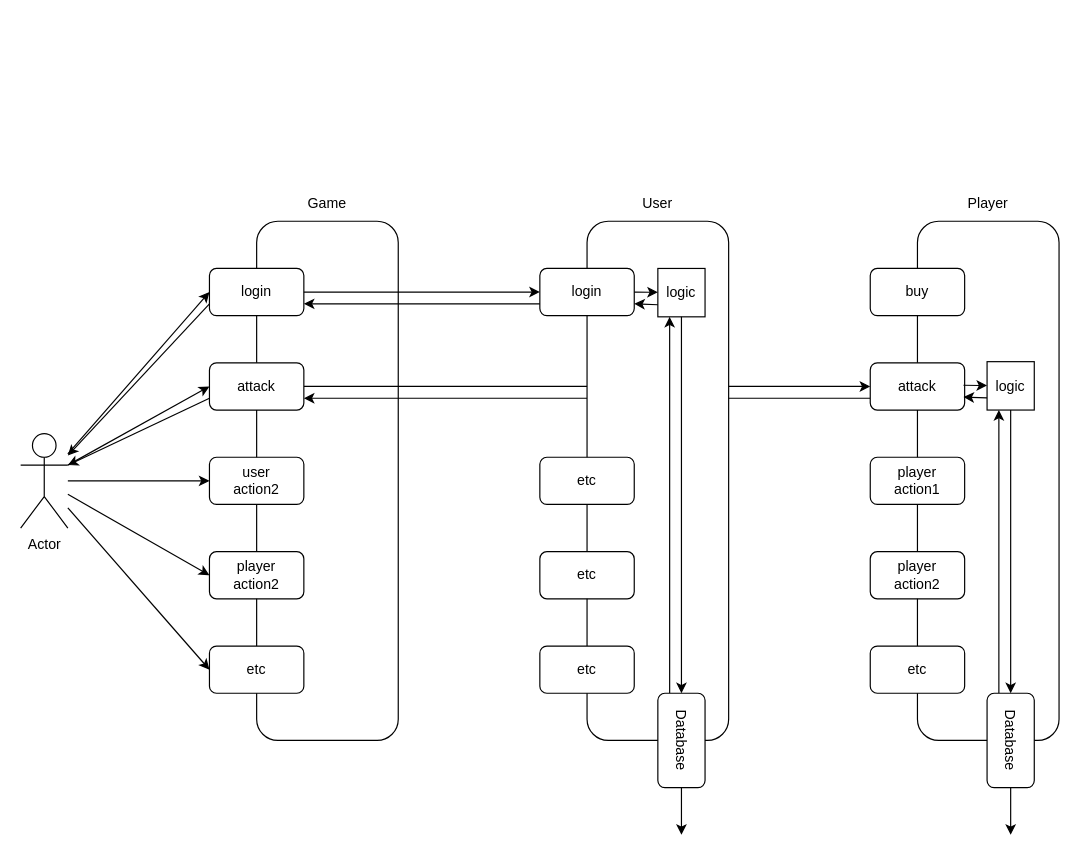
EnzoDiazDev/diagram keeps this draw.io diagram as newlands.drawio. Above is the earlier version. Source tidied: cells renumbered, new cells numbered last; positions are measured from the earlier drawing's top-left corner, leaving out a move shared by most shapes. Both pictures are drawn from the tidied source at 118%, with x=0, y=0 at pixel (20, 185).
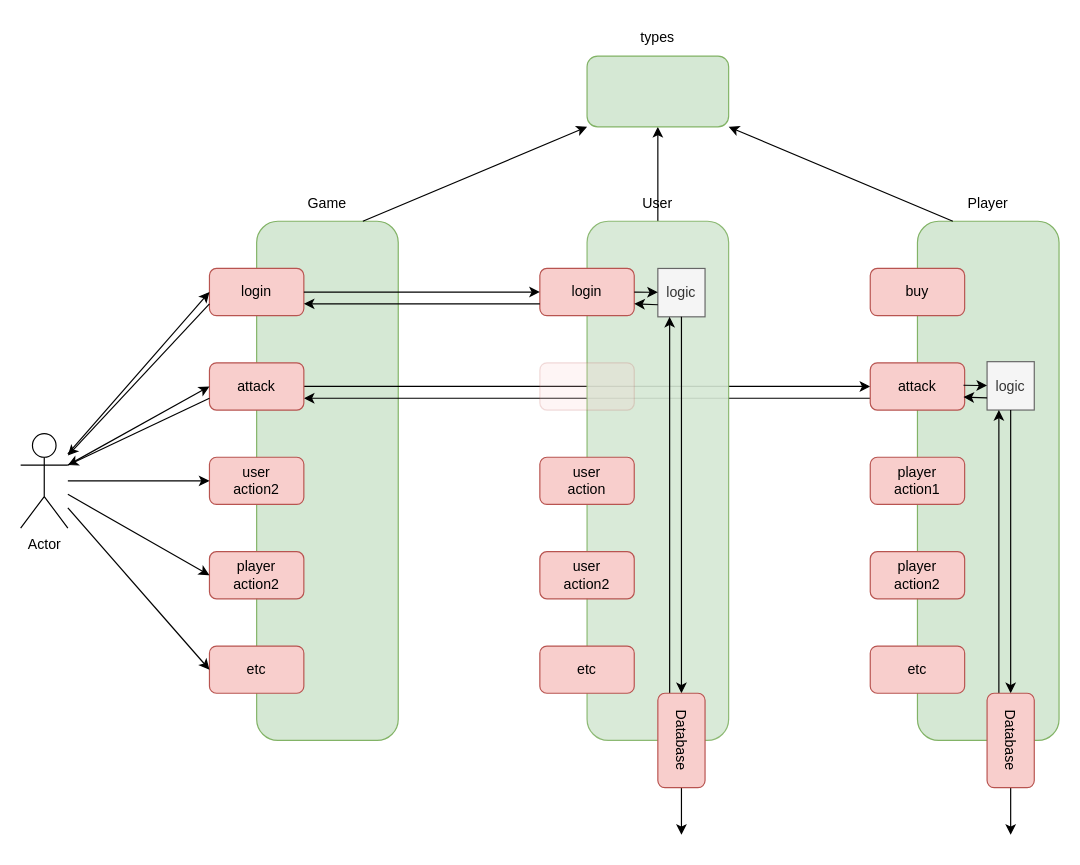
Above is the later version.

The edit, as a diff of the source:
```diff
@@
-    <mxCell id="2" style="rounded=1;whiteSpace=wrap;html=1;" parent="1" vertex="1">
+    <mxCell id="2" style="rounded=1;whiteSpace=wrap;html=1;fillColor=#d5e8d4;strokeColor=#82b366;" parent="1" vertex="1">
       <mxGeometry x="200" y="30" width="120" height="440" as="geometry" />
     </mxCell>
-    <mxCell id="3" style="edgeStyle=orthogonalEdgeStyle;rounded=0;jettySize=auto;html=1;exitX=0;exitY=0.75;exitDx=0;exitDy=0;entryX=1;entryY=0.75;entryDx=0;entryDy=0;" parent="1" edge="1" source="35" target="8">
+    <mxCell id="3" style="edgeStyle=orthogonalEdgeStyle;rounded=0;jettySize=auto;html=1;exitX=0;exitY=0.75;exitDx=0;exitDy=0;entryX=1;entryY=0.75;entryDx=0;entryDy=0;startArrow=none;" parent="1" edge="1" source="35" target="8">
       <mxGeometry relative="1" as="geometry" />
     </mxCell>
@@
+    <mxCell id="48" style="edgeStyle=orthogonalEdgeStyle;rounded=0;jettySize=auto;html=1;exitX=0.5;exitY=0;exitDx=0;exitDy=0;entryX=0.5;entryY=1;entryDx=0;entryDy=0;" parent="1" edge="1" source="5" target="49">
+      <mxGeometry relative="1" as="geometry" />
+    </mxCell>
-    <mxCell id="5" style="rounded=1;whiteSpace=wrap;html=1;" parent="1" vertex="1">
+    <mxCell id="5" style="rounded=1;whiteSpace=wrap;html=1;fillColor=#d5e8d4;strokeColor=#82b366;opacity=90;" parent="1" vertex="1">
       <mxGeometry x="480" y="30" width="120" height="440" as="geometry" />
     </mxCell>
@@
-    <mxCell id="7" value="login" style="rounded=1;whiteSpace=wrap;html=1;" parent="1" vertex="1">
+    <mxCell id="7" value="login" style="rounded=1;whiteSpace=wrap;html=1;fillColor=#f8cecc;strokeColor=#b85450;" parent="1" vertex="1">
       <mxGeometry x="160" y="70" width="80" height="40" as="geometry" />
     </mxCell>
-    <mxCell id="8" value="attack" style="rounded=1;whiteSpace=wrap;html=1;" parent="1" vertex="1">
+    <mxCell id="8" value="attack" style="rounded=1;whiteSpace=wrap;html=1;fillColor=#f8cecc;strokeColor=#b85450;" parent="1" vertex="1">
       <mxGeometry x="160" y="150" width="80" height="40" as="geometry" />
     </mxCell>
-    <mxCell id="9" value="&lt;div&gt;user&lt;/div&gt;&lt;div&gt;action2&lt;/div&gt;" style="rounded=1;whiteSpace=wrap;html=1;" parent="1" vertex="1">
+    <mxCell id="9" value="&lt;div&gt;user&lt;/div&gt;&lt;div&gt;action2&lt;/div&gt;" style="rounded=1;whiteSpace=wrap;html=1;fillColor=#f8cecc;strokeColor=#b85450;" parent="1" vertex="1">
       <mxGeometry x="160" y="230" width="80" height="40" as="geometry" />
     </mxCell>
-    <mxCell id="10" value="&lt;div&gt;player&lt;/div&gt;&lt;div&gt;action2&lt;br&gt;&lt;/div&gt;" style="rounded=1;whiteSpace=wrap;html=1;" parent="1" vertex="1">
+    <mxCell id="10" value="&lt;div&gt;player&lt;/div&gt;&lt;div&gt;action2&lt;br&gt;&lt;/div&gt;" style="rounded=1;whiteSpace=wrap;html=1;fillColor=#f8cecc;strokeColor=#b85450;" parent="1" vertex="1">
       <mxGeometry x="160" y="310" width="80" height="40" as="geometry" />
     </mxCell>
-    <mxCell id="11" value="etc" style="rounded=1;whiteSpace=wrap;html=1;" parent="1" vertex="1">
+    <mxCell id="11" value="etc" style="rounded=1;whiteSpace=wrap;html=1;fillColor=#f8cecc;strokeColor=#b85450;" parent="1" vertex="1">
       <mxGeometry x="160" y="390" width="80" height="40" as="geometry" />
     </mxCell>
@@
-    <mxCell id="18" value="login" style="rounded=1;whiteSpace=wrap;html=1;" parent="1" vertex="1">
+    <mxCell id="18" value="login" style="rounded=1;whiteSpace=wrap;html=1;fillColor=#f8cecc;strokeColor=#b85450;" parent="1" vertex="1">
       <mxGeometry x="440" y="70" width="80" height="40" as="geometry" />
     </mxCell>
-    <mxCell id="19" value="etc" style="rounded=1;whiteSpace=wrap;html=1;" parent="1" vertex="1">
+    <mxCell id="19" value="&lt;div&gt;user&lt;/div&gt;&lt;div&gt;action&lt;br&gt;&lt;/div&gt;" style="rounded=1;whiteSpace=wrap;html=1;fillColor=#f8cecc;strokeColor=#b85450;" parent="1" vertex="1">
       <mxGeometry x="440" y="230" width="80" height="40" as="geometry" />
     </mxCell>
-    <mxCell id="20" value="etc" style="rounded=1;whiteSpace=wrap;html=1;" parent="1" vertex="1">
+    <mxCell id="20" value="&lt;div&gt;user&lt;/div&gt;&lt;div&gt;action2&lt;/div&gt;" style="rounded=1;whiteSpace=wrap;html=1;fillColor=#f8cecc;strokeColor=#b85450;" parent="1" vertex="1">
       <mxGeometry x="440" y="310" width="80" height="40" as="geometry" />
     </mxCell>
-    <mxCell id="21" value="etc" style="rounded=1;whiteSpace=wrap;html=1;" parent="1" vertex="1">
+    <mxCell id="21" value="etc" style="rounded=1;whiteSpace=wrap;html=1;fillColor=#f8cecc;strokeColor=#b85450;" parent="1" vertex="1">
       <mxGeometry x="440" y="390" width="80" height="40" as="geometry" />
     </mxCell>
@@
-    <mxCell id="24" value="logic" style="rounded=0;whiteSpace=wrap;html=1;" parent="1" vertex="1">
+    <mxCell id="24" value="logic" style="rounded=0;whiteSpace=wrap;html=1;fillColor=#f5f5f5;fontColor=#333333;strokeColor=#666666;" parent="1" vertex="1">
       <mxGeometry x="540" y="70" width="40" height="41" as="geometry" />
     </mxCell>
@@
-    <mxCell id="32" value="Database" style="rounded=1;whiteSpace=wrap;html=1;rotation=90;" parent="1" vertex="1">
+    <mxCell id="32" value="Database" style="rounded=1;whiteSpace=wrap;html=1;rotation=90;fillColor=#f8cecc;strokeColor=#b85450;" parent="1" vertex="1">
       <mxGeometry x="520" y="450" width="80" height="40" as="geometry" />
     </mxCell>
-    <mxCell id="33" style="rounded=1;whiteSpace=wrap;html=1;" parent="1" vertex="1">
+    <mxCell id="33" style="rounded=1;whiteSpace=wrap;html=1;fillColor=#d5e8d4;strokeColor=#82b366;" parent="1" vertex="1">
       <mxGeometry x="760" y="30" width="120" height="440" as="geometry" />
     </mxCell>
-    <mxCell id="34" value="buy" style="rounded=1;whiteSpace=wrap;html=1;" parent="1" vertex="1">
+    <mxCell id="34" value="buy" style="rounded=1;whiteSpace=wrap;html=1;fillColor=#f8cecc;strokeColor=#b85450;" parent="1" vertex="1">
       <mxGeometry x="720" y="70" width="80" height="40" as="geometry" />
     </mxCell>
-    <mxCell id="35" value="attack" style="rounded=1;whiteSpace=wrap;html=1;" parent="1" vertex="1">
+    <mxCell id="35" value="attack" style="rounded=1;whiteSpace=wrap;html=1;fillColor=#f8cecc;strokeColor=#b85450;" parent="1" vertex="1">
       <mxGeometry x="720" y="150" width="80" height="40" as="geometry" />
     </mxCell>
-    <mxCell id="36" value="player&lt;br&gt;action1" style="rounded=1;whiteSpace=wrap;html=1;" parent="1" vertex="1">
+    <mxCell id="36" value="player&lt;br&gt;action1" style="rounded=1;whiteSpace=wrap;html=1;fillColor=#f8cecc;strokeColor=#b85450;" parent="1" vertex="1">
       <mxGeometry x="720" y="230" width="80" height="40" as="geometry" />
     </mxCell>
-    <mxCell id="37" value="&lt;div&gt;player&lt;/div&gt;&lt;div&gt;action2&lt;br&gt;&lt;/div&gt;" style="rounded=1;whiteSpace=wrap;html=1;" parent="1" vertex="1">
+    <mxCell id="37" value="&lt;div&gt;player&lt;/div&gt;&lt;div&gt;action2&lt;br&gt;&lt;/div&gt;" style="rounded=1;whiteSpace=wrap;html=1;fillColor=#f8cecc;strokeColor=#b85450;" parent="1" vertex="1">
       <mxGeometry x="720" y="310" width="80" height="40" as="geometry" />
     </mxCell>
-    <mxCell id="38" value="etc" style="rounded=1;whiteSpace=wrap;html=1;" parent="1" vertex="1">
+    <mxCell id="38" value="etc" style="rounded=1;whiteSpace=wrap;html=1;fillColor=#f8cecc;strokeColor=#b85450;" parent="1" vertex="1">
       <mxGeometry x="720" y="390" width="80" height="40" as="geometry" />
     </mxCell>
@@
-    <mxCell id="40" value="logic" style="rounded=0;whiteSpace=wrap;html=1;" parent="1" vertex="1">
+    <mxCell id="40" value="logic" style="rounded=0;whiteSpace=wrap;html=1;fillColor=#f5f5f5;fontColor=#333333;strokeColor=#666666;" parent="1" vertex="1">
       <mxGeometry x="819" y="149" width="40" height="41" as="geometry" />
     </mxCell>
@@
-    <mxCell id="46" value="Database" style="rounded=1;whiteSpace=wrap;html=1;rotation=90;" parent="1" vertex="1">
+    <mxCell id="46" value="Database" style="rounded=1;whiteSpace=wrap;html=1;rotation=90;fillColor=#f8cecc;strokeColor=#b85450;" parent="1" vertex="1">
       <mxGeometry x="799" y="450" width="80" height="40" as="geometry" />
     </mxCell>
@@
+    <mxCell id="49" style="rounded=1;whiteSpace=wrap;html=1;fillColor=#d5e8d4;strokeColor=#82b366;" parent="1" vertex="1">
+      <mxGeometry x="480" y="-110" width="120" height="60" as="geometry" />
+    </mxCell>
+    <mxCell id="50" value="&lt;div&gt;types&lt;/div&gt;" style="text;html=1;strokeColor=none;fillColor=none;align=center;verticalAlign=middle;whiteSpace=wrap;rounded=0;" parent="1" vertex="1">
+      <mxGeometry x="510" y="-140" width="60" height="30" as="geometry" />
+    </mxCell>
+    <mxCell id="51" style="endArrow=classic;html=1;rounded=0;entryX=0;entryY=1;entryDx=0;entryDy=0;" parent="1" edge="1" target="49">
+      <mxGeometry relative="1" as="geometry">
+        <mxPoint x="290" y="30" as="sourcePoint" />
+      </mxGeometry>
+    </mxCell>
+    <mxCell id="52" style="endArrow=classic;html=1;rounded=0;exitX=0.25;exitY=0;exitDx=0;exitDy=0;entryX=1;entryY=1;entryDx=0;entryDy=0;" parent="1" edge="1" source="33" target="49">
+      <mxGeometry relative="1" as="geometry" />
+    </mxCell>
+    <mxCell id="53" style="rounded=1;whiteSpace=wrap;html=1;fillColor=#f8cecc;strokeColor=#b85450;gradientColor=none;glass=0;shadow=0;opacity=20;" parent="1" vertex="1">
+      <mxGeometry x="440" y="150" width="80" height="40" as="geometry" />
+    </mxCell>
```
